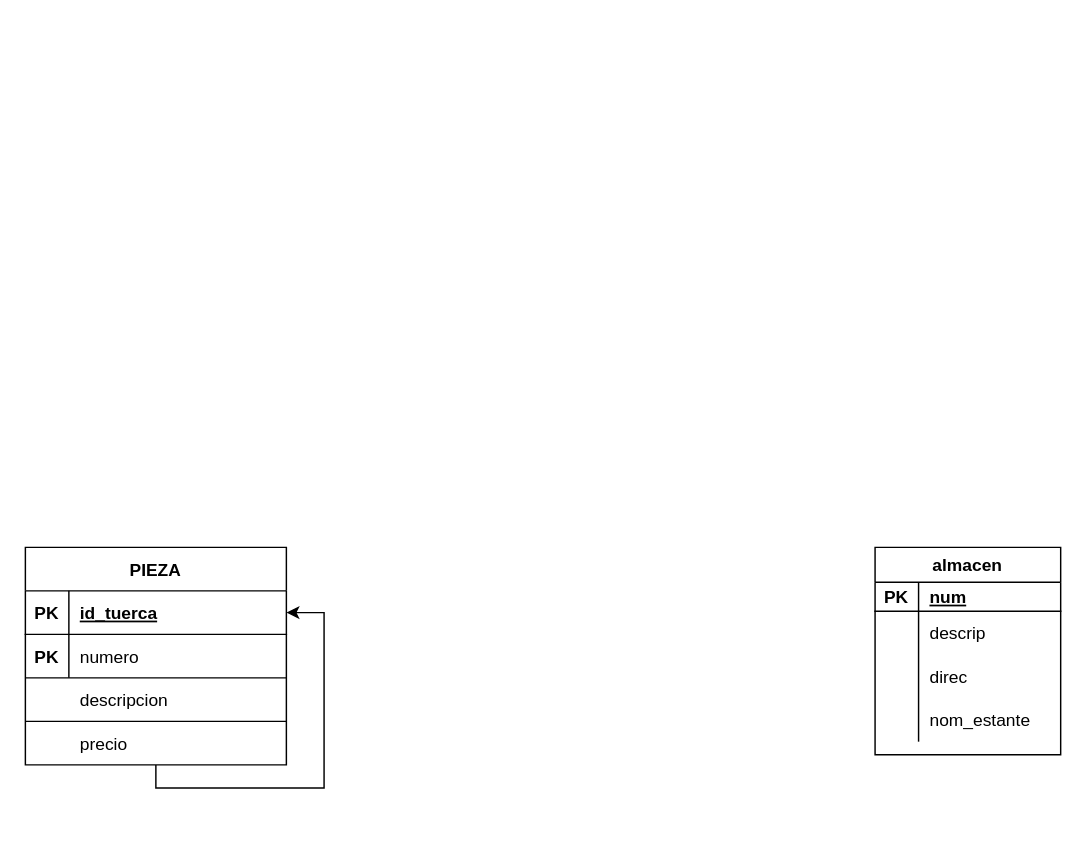
Earlier version of the draw.io diagram Ex5.drawio (JuanMarinG/TA12_MYSQL). Source tidied: cells renumbered, new cells numbered last; positions are measured from the earlier drawing's top-left corner, leaving out a move shared by most shapes. Both pictures are drawn from the tidied source at 145%, with x=0, y=0 at pixel (25, 547).
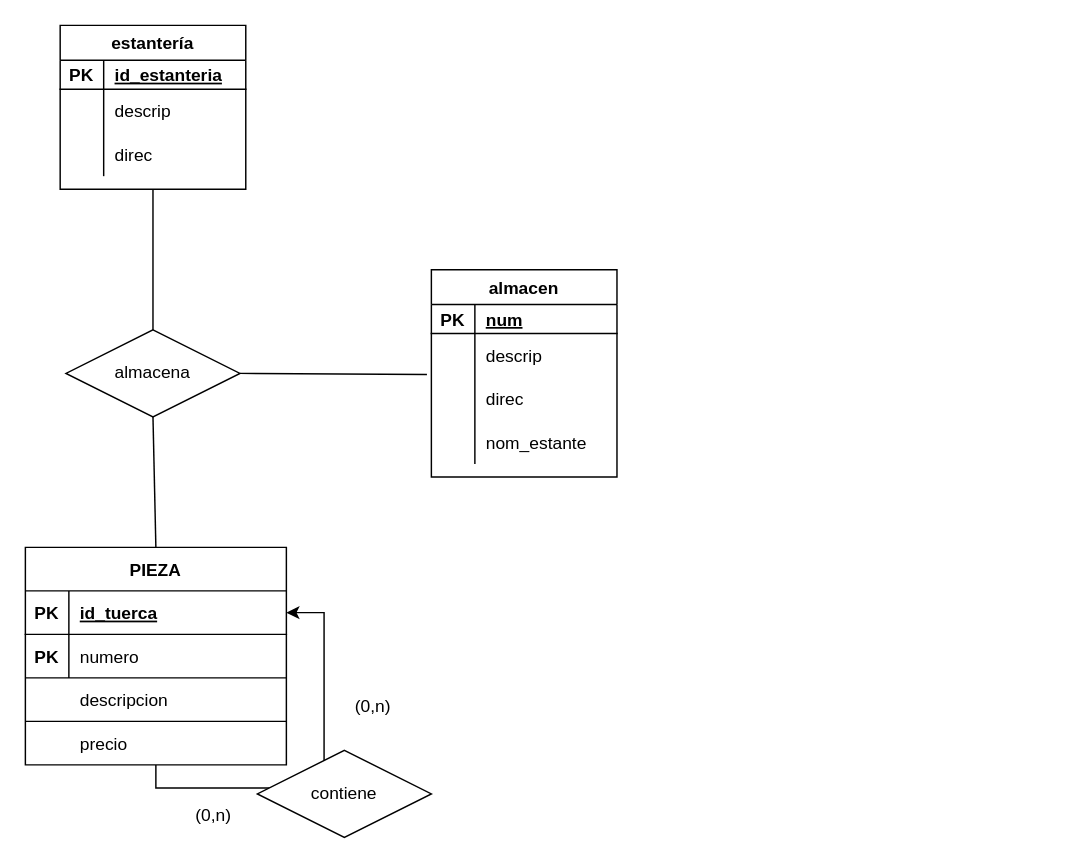
The same diagram, later.

The change refers to these unchanged cells:
```xml
<mxCell id="2" value="PIEZA" style="shape=table;startSize=30;childLayout=tableLayout;rowLines=0;fontStyle=1;align=center;" parent="1" vertex="1">
  <mxGeometry width="180" height="150" as="geometry" />
</mxCell>
<mxCell id="14" style="shape=tableRow;horizontal=0;startSize=0;swimlaneHead=0;swimlaneBody=0;fillColor=none;points=[[0,0.5],[1,0.5]];portConstraint=eastwest;top=0;left=0;right=0;bottom=0;" parent="10" vertex="1">
  <mxGeometry y="44" width="128" height="30" as="geometry" />
</mxCell>
```

The edit, as a diff of the source:
```diff
@@
     <mxCell id="10" value="almacen" style="shape=table;startSize=24;childLayout=tableLayout;rowLines=0;fontStyle=1;align=center;" parent="1" vertex="1">
-      <mxGeometry x="586" width="128" height="143" as="geometry" />
+      <mxGeometry x="280" y="-191.5" width="128" height="143" as="geometry" />
     </mxCell>
@@
+    <mxCell id="28" value="contiene" style="shape=rhombus;perimeter=rhombusPerimeter;whiteSpace=wrap;html=1;align=center;" parent="1" vertex="1">
+      <mxGeometry x="160" y="140" width="120" height="60" as="geometry" />
+    </mxCell>
+    <mxCell id="29" value="estantería" style="shape=table;startSize=24;childLayout=tableLayout;rowLines=0;fontStyle=1;align=center;" parent="1" vertex="1">
+      <mxGeometry x="24" y="-360" width="128" height="113" as="geometry" />
+    </mxCell>
+    <mxCell id="30" style="shape=tableRow;horizontal=0;startSize=0;swimlaneHead=0;swimlaneBody=0;fillColor=none;top=0;left=0;right=0;bottom=1;" parent="29" vertex="1">
+      <mxGeometry y="24" width="128" height="20" as="geometry" />
+    </mxCell>
+    <mxCell id="31" value="PK" style="shape=partialRectangle;fillColor=none;top=0;left=0;bottom=0;right=0;fontStyle=1;overflow=hidden;" parent="30" vertex="1">
+      <mxGeometry width="30" height="20" as="geometry" />
+    </mxCell>
+    <mxCell id="32" value="id_estanteria" style="shape=partialRectangle;fillColor=none;top=0;left=0;bottom=0;right=0;align=left;spacingLeft=6;fontStyle=5;overflow=hidden;" parent="30" vertex="1">
+      <mxGeometry x="30" width="98" height="20" as="geometry" />
+    </mxCell>
+    <mxCell id="33" style="shape=tableRow;horizontal=0;startSize=0;swimlaneHead=0;swimlaneBody=0;fillColor=none;top=0;left=0;right=0;bottom=0;" parent="29" vertex="1">
+      <mxGeometry y="44" width="128" height="30" as="geometry" />
+    </mxCell>
+    <mxCell id="34" style="shape=partialRectangle;fillColor=none;top=0;left=0;bottom=0;right=0;overflow=hidden;" parent="33" vertex="1">
+      <mxGeometry width="30" height="30" as="geometry" />
+    </mxCell>
+    <mxCell id="35" value="descrip" style="shape=partialRectangle;fillColor=none;top=0;left=0;bottom=0;right=0;align=left;spacingLeft=6;overflow=hidden;" parent="33" vertex="1">
+      <mxGeometry x="30" width="98" height="30" as="geometry" />
+    </mxCell>
+    <mxCell id="36" style="shape=tableRow;horizontal=0;startSize=0;swimlaneHead=0;swimlaneBody=0;fillColor=none;top=0;left=0;right=0;bottom=0;" parent="29" vertex="1">
+      <mxGeometry y="74" width="128" height="30" as="geometry" />
+    </mxCell>
+    <mxCell id="37" style="shape=partialRectangle;fillColor=none;top=0;left=0;bottom=0;right=0;overflow=hidden;" parent="36" vertex="1">
+      <mxGeometry width="30" height="30" as="geometry" />
+    </mxCell>
+    <mxCell id="38" value="direc" style="shape=partialRectangle;fillColor=none;top=0;left=0;bottom=0;right=0;align=left;spacingLeft=6;overflow=hidden;" parent="36" vertex="1">
+      <mxGeometry x="30" width="98" height="30" as="geometry" />
+    </mxCell>
+    <mxCell id="39" value="(0,n)" style="text;html=1;strokeColor=none;fillColor=none;align=center;verticalAlign=middle;whiteSpace=wrap;rounded=0;" parent="1" vertex="1">
+      <mxGeometry x="100" y="170" width="60" height="30" as="geometry" />
+    </mxCell>
+    <mxCell id="40" value="(0,n)" style="text;html=1;strokeColor=none;fillColor=none;align=center;verticalAlign=middle;whiteSpace=wrap;rounded=0;" parent="1" vertex="1">
+      <mxGeometry x="210" y="95" width="60" height="30" as="geometry" />
+    </mxCell>
+    <mxCell id="41" value="almacena" style="shape=rhombus;perimeter=rhombusPerimeter;whiteSpace=wrap;html=1;align=center;" parent="1" vertex="1">
+      <mxGeometry x="28" y="-150" width="120" height="60" as="geometry" />
+    </mxCell>
+    <mxCell id="42" style="endArrow=none;html=1;rounded=0;exitX=1;exitY=0.5;exitDx=0;exitDy=0;entryX=-0.024;entryY=0.944;entryDx=0;entryDy=0;entryPerimeter=0;" parent="1" edge="1" source="41" target="14">
+      <mxGeometry relative="1" as="geometry" />
+    </mxCell>
+    <mxCell id="43" style="endArrow=none;html=1;rounded=0;exitX=0.5;exitY=0;exitDx=0;exitDy=0;entryX=0.5;entryY=1;entryDx=0;entryDy=0;" parent="1" edge="1" source="41" target="29">
+      <mxGeometry relative="1" as="geometry" />
+    </mxCell>
+    <mxCell id="44" style="endArrow=none;html=1;rounded=0;exitX=0.5;exitY=1;exitDx=0;exitDy=0;entryX=0.5;entryY=0;entryDx=0;entryDy=0;" parent="1" edge="1" source="41" target="2">
+      <mxGeometry relative="1" as="geometry" />
+    </mxCell>
```
